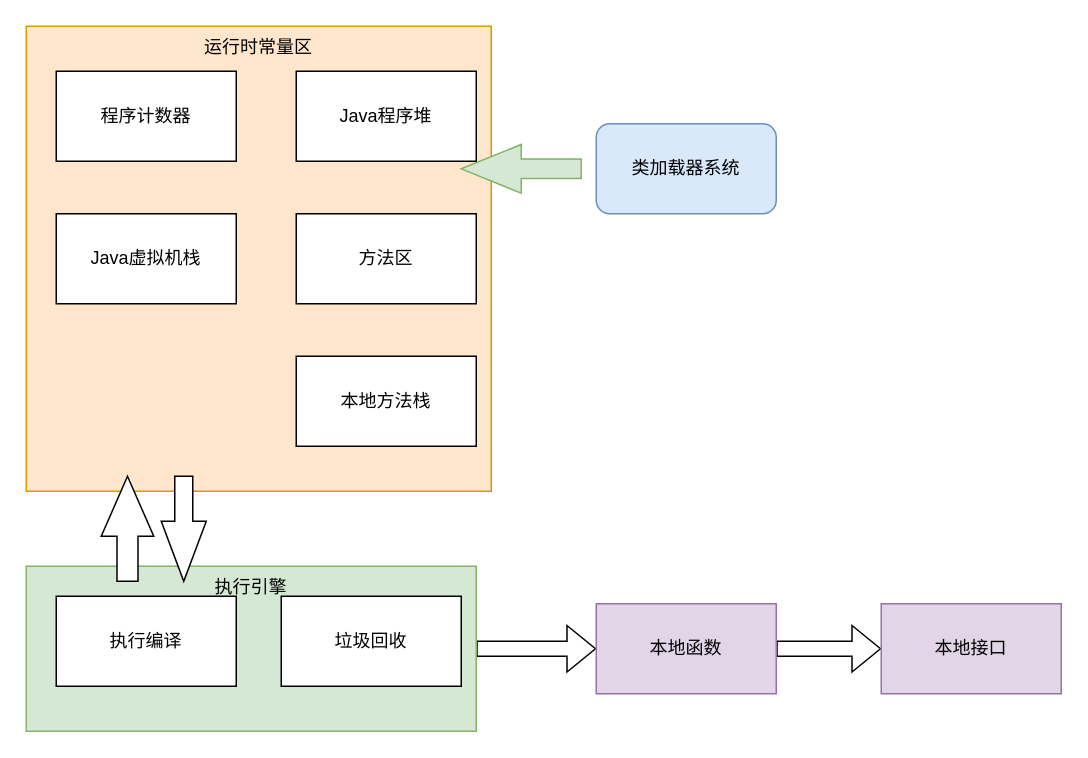
Earlier version of the draw.io diagram JVM.drawio (luqinshun/architecture-diagram). Source tidied: cells renumbered, new cells numbered last; positions are measured from the earlier drawing's top-left corner, leaving out a move shared by most shapes. Both pictures are drawn from the tidied source at 150%, with x=0, y=0 at pixel (26, 26).
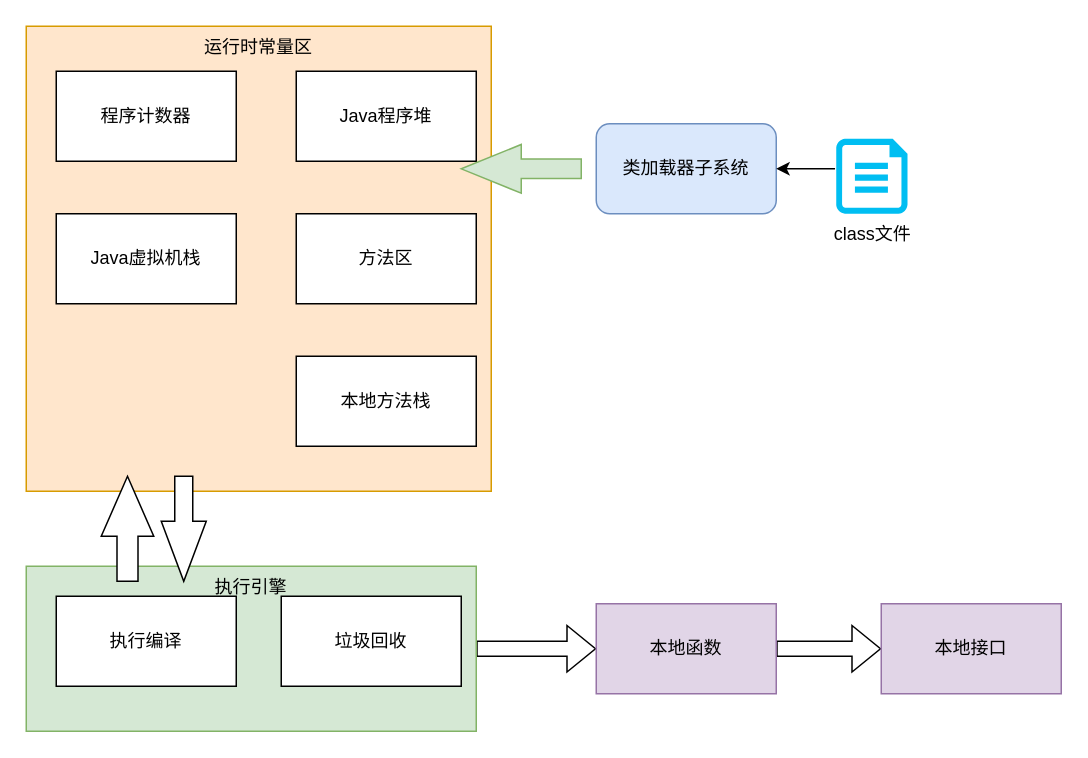
The same page after the edit.

What changed in the source:
```diff
@@
-    <mxCell id="8" value="类加载器系统" style="rounded=1;whiteSpace=wrap;html=1;fillColor=#dae8fc;strokeColor=#6c8ebf;" parent="1" vertex="1">
+    <mxCell id="8" value="类加载器子系统" style="rounded=1;whiteSpace=wrap;html=1;fillColor=#dae8fc;strokeColor=#6c8ebf;" parent="1" vertex="1">
       <mxGeometry x="380" y="65" width="120" height="60" as="geometry" />
     </mxCell>
@@
+    <mxCell id="19" style="edgeStyle=orthogonalEdgeStyle;rounded=0;jettySize=auto;html=1;entryX=1;entryY=0.5;entryDx=0;entryDy=0;" parent="1" edge="1" target="8">
+      <mxGeometry relative="1" as="geometry">
+        <mxPoint x="539.2" y="95" as="sourcePoint" />
+      </mxGeometry>
+    </mxCell>
+    <mxCell id="20" value="class文件" style="verticalLabelPosition=bottom;html=1;verticalAlign=top;align=center;strokeColor=none;fillColor=#00BEF2;shape=mxgraph.azure.cloud_services_configuration_file;" parent="1" vertex="1">
+      <mxGeometry x="540" y="75" width="47.5" height="50" as="geometry" />
+    </mxCell>
```
